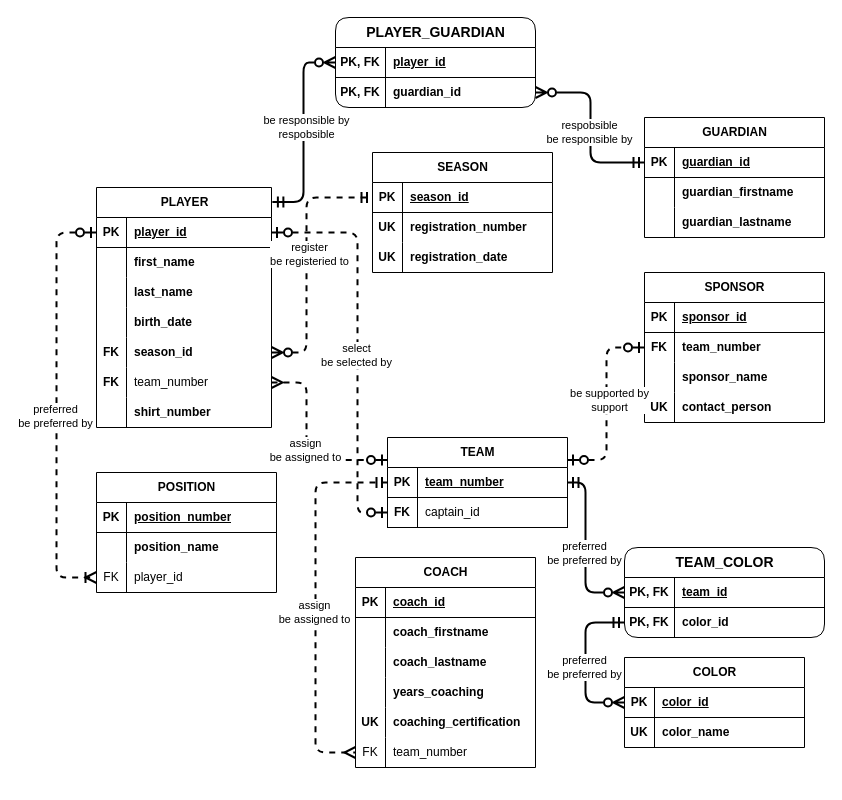
Before: page "P0308b" (2 of 2) of relational-database-design/c3/P0308.drawio in qichendev/assignments, a draw.io diagram. Source tidied: cells renumbered, new cells numbered last; positions are measured from the earlier drawing's top-left corner, leaving out a move shared by most shapes. Both pictures are drawn from the tidied source at 100%, with x=0, y=0 at pixel (56, 17).
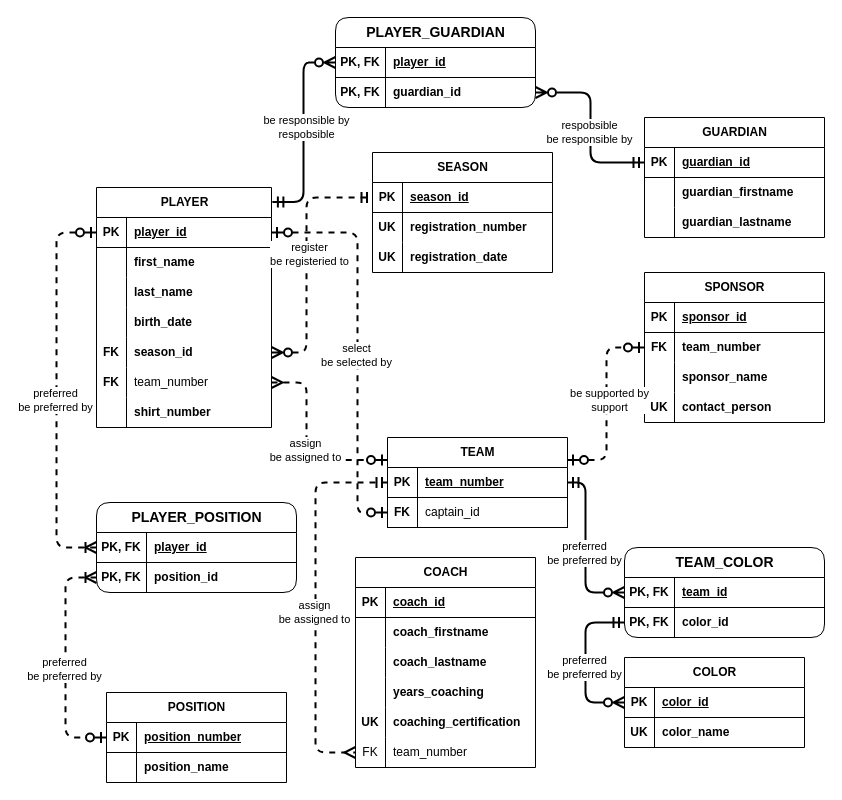
The same page after the edit.

The change refers to these unchanged cells:
```xml
<mxCell id="3" style="shape=tableRow;horizontal=0;startSize=0;swimlaneHead=0;swimlaneBody=0;fillColor=none;points=[[0,0.5],[1,0.5]];portConstraint=eastwest;top=0;left=0;right=0;bottom=1;" parent="2" vertex="1">
  <mxGeometry y="30" width="175" height="30" as="geometry" />
</mxCell>
<mxCell id="59" style="shape=tableRow;horizontal=0;startSize=0;swimlaneHead=0;swimlaneBody=0;fillColor=none;points=[[0,0.5],[1,0.5]];portConstraint=eastwest;top=0;left=0;right=0;bottom=1;" parent="58" vertex="1">
  <mxGeometry y="30" width="180" height="30" as="geometry" />
</mxCell>
```

Diff of the diagram source:
```diff
@@
     <mxCell id="58" value="POSITION" style="shape=table;startSize=30;childLayout=tableLayout;rowLines=0;fontStyle=1;align=center;html=1;" parent="1" vertex="1">
-      <mxGeometry x="40" y="455" width="180" height="120" as="geometry" />
+      <mxGeometry x="50" y="675" width="180" height="90" as="geometry" />
     </mxCell>
@@
-    <mxCell id="65" style="shape=tableRow;horizontal=0;startSize=0;swimlaneHead=0;swimlaneBody=0;fillColor=none;points=[[0,0.5],[1,0.5]];portConstraint=eastwest;top=0;left=0;right=0;bottom=0;" parent="58" vertex="1">
-      <mxGeometry y="90" width="180" height="30" as="geometry" />
-    </mxCell>
-    <mxCell id="66" value="FK" style="shape=partialRectangle;fillColor=none;top=0;left=0;bottom=0;right=0;overflow=hidden;whiteSpace=wrap;html=1;fontStyle=0;" parent="65" vertex="1">
-      <mxGeometry width="30" height="30" as="geometry" />
-    </mxCell>
-    <mxCell id="67" value="player_id" style="shape=partialRectangle;fillColor=none;top=0;left=0;bottom=0;right=0;align=left;spacingLeft=6;overflow=hidden;whiteSpace=wrap;html=1;fontStyle=0;" parent="65" vertex="1">
-      <mxGeometry x="30" width="150" height="30" as="geometry" />
-    </mxCell>
-    <mxCell id="68" style="edgeStyle=elbowEdgeStyle;fontSize=12;html=1;endArrow=ERoneToMany;startArrow=ERzeroToOne;rounded=1;endSize=8;startSize=8;strokeWidth=2;dashed=1;jumpStyle=none;curved=0;startFill=0;endFill=0;entryX=0;entryY=0.5;entryDx=0;entryDy=0;exitX=0;exitY=0.5;exitDx=0;exitDy=0;" parent="1" edge="1" source="3" target="65">
+    <mxCell id="68" style="edgeStyle=elbowEdgeStyle;fontSize=12;html=1;endArrow=ERoneToMany;startArrow=ERzeroToOne;rounded=1;endSize=8;startSize=8;strokeWidth=2;dashed=1;jumpStyle=none;curved=0;startFill=0;endFill=0;exitX=0;exitY=0.5;exitDx=0;exitDy=0;entryX=0;entryY=0.5;entryDx=0;entryDy=0;" parent="1" edge="1" source="3" target="135">
       <mxGeometry relative="1" as="geometry">
         <Array as="points">
           <mxPoint y="390" />
         </Array>
       </mxGeometry>
     </mxCell>
@@
+    <mxCell id="134" value="&lt;span style=&quot;font-size: 14px;&quot;&gt;&lt;b&gt;PLAYER_POSITION&lt;/b&gt;&lt;/span&gt;" style="shape=table;startSize=30;childLayout=tableLayout;rowLines=0;fontStyle=0;align=center;html=1;rounded=1;" parent="1" vertex="1">
+      <mxGeometry x="40" y="485" width="200" height="90" as="geometry" />
+    </mxCell>
+    <mxCell id="135" style="shape=tableRow;horizontal=0;startSize=0;swimlaneHead=0;swimlaneBody=0;fillColor=none;points=[[0,0.5],[1,0.5]];portConstraint=eastwest;top=0;left=0;right=0;bottom=1;" parent="134" vertex="1">
+      <mxGeometry y="30" width="200" height="30" as="geometry" />
+    </mxCell>
+    <mxCell id="136" value="PK, FK" style="shape=partialRectangle;fillColor=none;top=0;left=0;bottom=0;right=0;fontStyle=1;overflow=hidden;whiteSpace=wrap;html=1;" parent="135" vertex="1">
+      <mxGeometry width="50" height="30" as="geometry" />
+    </mxCell>
+    <mxCell id="67" value="player_id" style="shape=partialRectangle;fillColor=none;top=0;left=0;bottom=0;right=0;align=left;spacingLeft=6;fontStyle=5;overflow=hidden;whiteSpace=wrap;html=1;" parent="135" vertex="1">
+      <mxGeometry x="50" width="150" height="30" as="geometry" />
+    </mxCell>
+    <mxCell id="137" style="shape=tableRow;horizontal=0;startSize=0;swimlaneHead=0;swimlaneBody=0;fillColor=none;points=[[0,0.5],[1,0.5]];portConstraint=eastwest;top=0;left=0;right=0;bottom=0;" parent="134" vertex="1">
+      <mxGeometry y="60" width="200" height="30" as="geometry" />
+    </mxCell>
+    <mxCell id="138" value="PK, FK" style="shape=partialRectangle;fillColor=none;top=0;left=0;bottom=0;right=0;overflow=hidden;whiteSpace=wrap;html=1;fontStyle=1;" parent="137" vertex="1">
+      <mxGeometry width="50" height="30" as="geometry" />
+    </mxCell>
+    <mxCell id="139" value="position_id" style="shape=partialRectangle;fillColor=none;top=0;left=0;bottom=0;right=0;align=left;spacingLeft=6;overflow=hidden;whiteSpace=wrap;html=1;fontStyle=1;" parent="137" vertex="1">
+      <mxGeometry x="50" width="150" height="30" as="geometry" />
+    </mxCell>
+    <mxCell id="140" style="edgeStyle=elbowEdgeStyle;fontSize=12;html=1;endArrow=ERzeroToOne;startArrow=ERoneToMany;rounded=1;endSize=8;startSize=8;strokeWidth=2;dashed=1;jumpStyle=none;curved=0;startFill=0;endFill=0;exitX=0;exitY=0.5;exitDx=0;exitDy=0;entryX=0;entryY=0.5;entryDx=0;entryDy=0;" parent="1" edge="1" source="137" target="59">
+      <mxGeometry relative="1" as="geometry">
+        <Array as="points">
+          <mxPoint x="9" y="795" />
+        </Array>
+      </mxGeometry>
+    </mxCell>
+    <mxCell id="141" value="preferred&lt;div&gt;be preferred by&lt;/div&gt;" style="edgeLabel;html=1;align=center;verticalAlign=middle;" parent="140" vertex="1">
+      <mxGeometry x="0.05" y="-2" relative="1" as="geometry" />
+    </mxCell>
```
